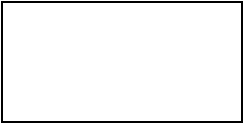
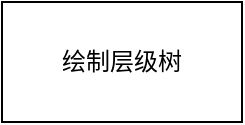
<mxfile host="app.diagrams.net" agent="Mozilla/5.0 (Windows NT 10.0; Win64; x64) AppleWebKit/537.36 (KHTML, like Gecko) Chrome/145.0.0.0 Safari/537.36 Edg/145.0.0.0" version="29.5.5">
  <diagram name="第 1 页" id="7XWex43C2AV1GVMxhTCN">
    <mxGraphModel dx="1205" dy="733" grid="1" gridSize="10" guides="1" tooltips="1" connect="1" arrows="1" fold="1" page="1" pageScale="1" pageWidth="827" pageHeight="1169" math="0" shadow="0">
      <root>
        <mxCell id="0" />
        <mxCell id="1" parent="0" />
-         <mxCell id="dFc_Bok6eqcN6mVJq5Q0-1" parent="1" style="rounded=0;whiteSpace=wrap;html=1;" value="" vertex="1">
-           <mxGeometry height="60" width="120" x="160" y="140" as="geometry" />
+         <mxCell id="dFc_Bok6eqcN6mVJq5Q0-1" parent="1" style="rounded=0;whiteSpace=wrap;html=1;" value="绘制层级树" vertex="1">
+           <mxGeometry height="60" width="120" x="130" y="70" as="geometry" />
        </mxCell>
      </root>
    </mxGraphModel>
  </diagram>
</mxfile>
